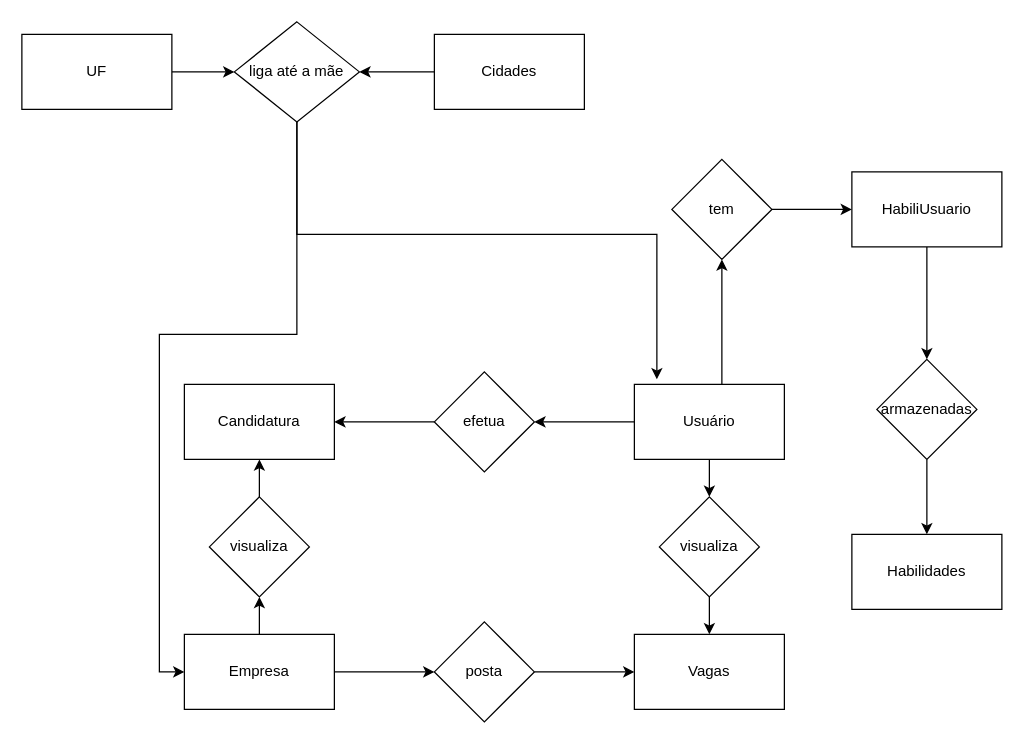
Earlier version of the draw.io diagram Diagra/JobSearch.drawio (KaykyRibeiro/JobSearch). Source tidied: cells renumbered, new cells numbered last; positions are measured from the earlier drawing's top-left corner, leaving out a move shared by most shapes. Both pictures are drawn from the tidied source at 125%, with x=0, y=0 at pixel (21, 21).
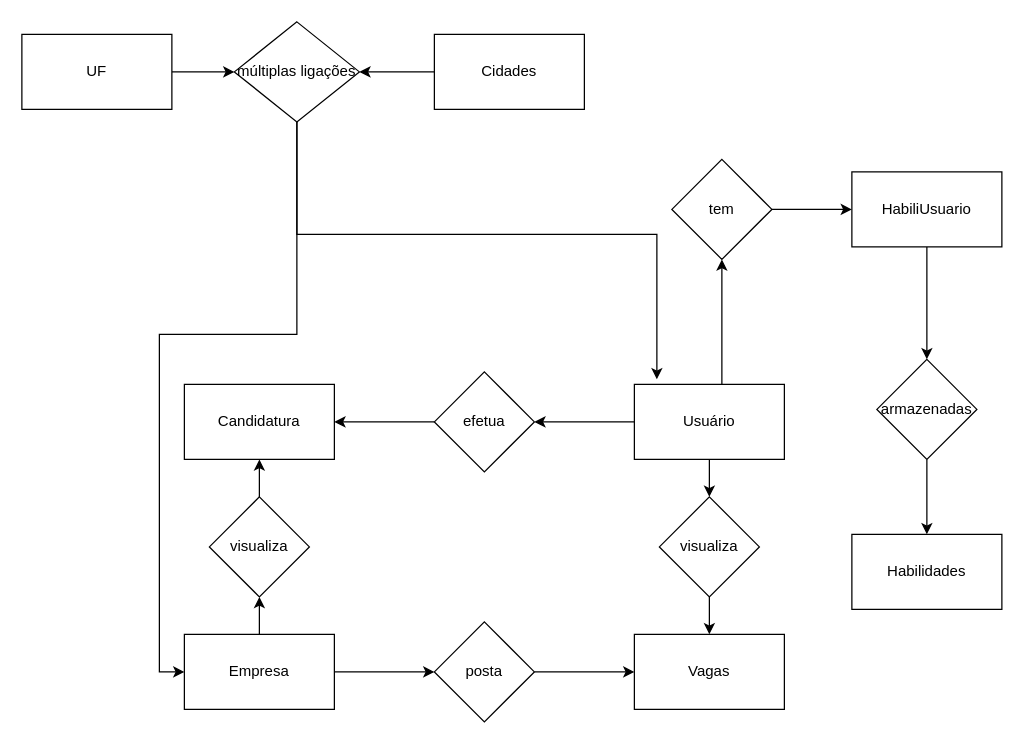
Above is the later version.

The edit, as a diff of the source:
```diff
@@
-    <mxCell id="28" value="liga até a mãe" style="rhombus;whiteSpace=wrap;html=1;" parent="1" vertex="1">
+    <mxCell id="28" value="múltiplas ligações" style="rhombus;whiteSpace=wrap;html=1;" parent="1" vertex="1">
       <mxGeometry x="170" width="100" height="80" as="geometry" />
     </mxCell>
```
